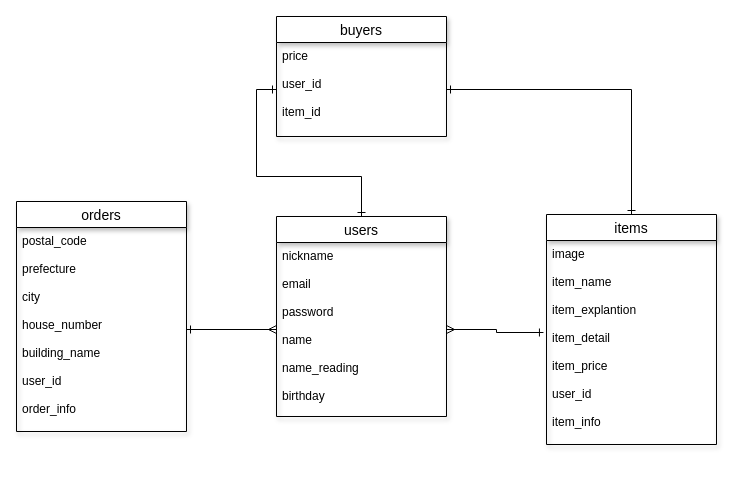
Earlier version of the draw.io diagram er.dio (takuto95/furima-31488). Source tidied: cells renumbered, new cells numbered last; positions are measured from the earlier drawing's top-left corner, leaving out a move shared by most shapes. Both pictures are drawn from the tidied source at 100%, with x=0, y=0 at pixel (16, 16).
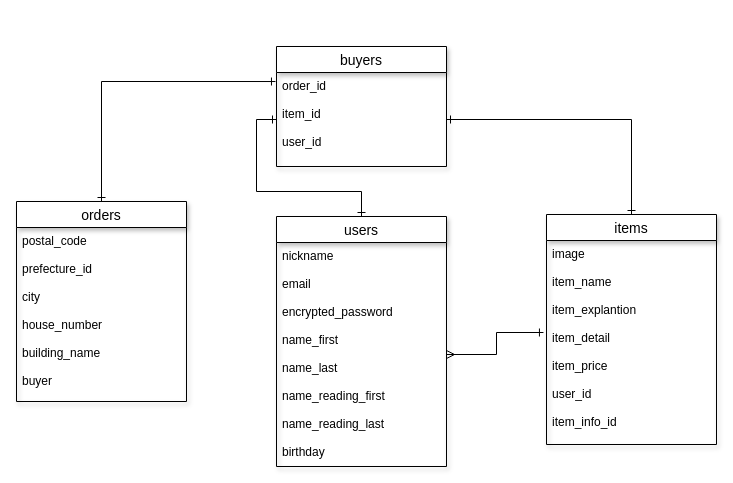
The same diagram, later.

Commit message (it also covers changes not shown here):
レビュー修正#1

The edit, as a diff of the source:
```diff
@@
 <mxGraphModel>
   <root>
     <mxCell id="0" />
     <mxCell id="1" parent="0" />
     <mxCell id="2" value="users" style="swimlane;fontStyle=0;horizontal=1;startSize=26;align=center;fontSize=14;shadow=1;direction=east;" parent="1" vertex="1">
-      <mxGeometry x="260" y="200" width="170" height="200" as="geometry" />
+      <mxGeometry x="260" y="200" width="170" height="250" as="geometry" />
     </mxCell>
-    <mxCell id="3" value="nickname&#10;&#10;email&#10;&#10;password&#10;&#10;name&#10;&#10;name_reading&#10;&#10;birthday&#10;" style="text;strokeColor=none;fillColor=none;spacingLeft=4;spacingRight=4;overflow=hidden;points=[[0,0.5],[1,0.5]];portConstraint=eastwest;fontSize=12;" parent="2" vertex="1">
-      <mxGeometry y="26" width="170" height="174" as="geometry" />
+    <mxCell id="3" value="nickname&#10;&#10;email&#10;&#10;encrypted_password&#10;&#10;name_first&#10;&#10;name_last&#10;&#10;name_reading_first&#10;&#10;name_reading_last&#10;&#10;birthday&#10;" style="text;strokeColor=none;fillColor=none;spacingLeft=4;spacingRight=4;overflow=hidden;points=[[0,0.5],[1,0.5]];portConstraint=eastwest;fontSize=12;" parent="2" vertex="1">
+      <mxGeometry y="26" width="170" height="224" as="geometry" />
     </mxCell>
     <mxCell id="4" style="edgeStyle=orthogonalEdgeStyle;rounded=0;jettySize=auto;html=1;exitX=0.5;exitY=0;exitDx=0;exitDy=0;entryX=1;entryY=0.5;entryDx=0;entryDy=0;endArrow=ERone;endFill=0;startArrow=ERone;startFill=0;" parent="1" edge="1" source="5" target="10">
       <mxGeometry relative="1" as="geometry" />
     </mxCell>
     <mxCell id="5" value="items" style="swimlane;fontStyle=0;horizontal=1;startSize=26;align=center;fontSize=14;shadow=1;direction=east;" parent="1" vertex="1">
       <mxGeometry x="530" y="198" width="170" height="230" as="geometry" />
     </mxCell>
-    <mxCell id="6" value="image&#10;&#10;item_name&#10;&#10;item_explantion&#10;&#10;item_detail&#10;&#10;item_price&#10;&#10;user_id&#10;&#10;item_info" style="text;strokeColor=none;fillColor=none;spacingLeft=4;spacingRight=4;overflow=hidden;points=[[0,0.5],[1,0.5]];portConstraint=eastwest;fontSize=12;" parent="5" vertex="1">
+    <mxCell id="6" value="image&#10;&#10;item_name&#10;&#10;item_explantion&#10;&#10;item_detail&#10;&#10;item_price&#10;&#10;user_id&#10;&#10;item_info_id" style="text;strokeColor=none;fillColor=none;spacingLeft=4;spacingRight=4;overflow=hidden;points=[[0,0.5],[1,0.5]];portConstraint=eastwest;fontSize=12;" parent="5" vertex="1">
       <mxGeometry y="26" width="170" height="204" as="geometry" />
     </mxCell>
+    <mxCell id="14" style="edgeStyle=orthogonalEdgeStyle;rounded=0;jettySize=auto;html=1;exitX=0.5;exitY=0;exitDx=0;exitDy=0;entryX=-0.006;entryY=0.096;entryDx=0;entryDy=0;entryPerimeter=0;startArrow=ERone;startFill=0;endArrow=ERone;endFill=0;" parent="1" edge="1" source="7" target="10">
+      <mxGeometry relative="1" as="geometry" />
+    </mxCell>
     <mxCell id="7" value="orders" style="swimlane;fontStyle=0;horizontal=1;startSize=26;align=center;fontSize=14;shadow=1;direction=east;" parent="1" vertex="1">
-      <mxGeometry y="185" width="170" height="230" as="geometry" />
+      <mxGeometry y="185" width="170" height="200" as="geometry" />
     </mxCell>
-    <mxCell id="8" value="postal_code&#10;&#10;prefecture&#10;&#10;city&#10;&#10;house_number&#10;&#10;building_name&#10;&#10;user_id&#10;&#10;order_info" style="text;strokeColor=none;fillColor=none;spacingLeft=4;spacingRight=4;overflow=hidden;points=[[0,0.5],[1,0.5]];portConstraint=eastwest;fontSize=12;" parent="7" vertex="1">
-      <mxGeometry y="26" width="170" height="204" as="geometry" />
+    <mxCell id="8" value="postal_code&#10;&#10;prefecture_id&#10;&#10;city&#10;&#10;house_number&#10;&#10;building_name&#10;&#10;buyer" style="text;strokeColor=none;fillColor=none;spacingLeft=4;spacingRight=4;overflow=hidden;points=[[0,0.5],[1,0.5]];portConstraint=eastwest;fontSize=12;" parent="7" vertex="1">
+      <mxGeometry y="26" width="170" height="174" as="geometry" />
     </mxCell>
     <mxCell id="9" value="buyers" style="swimlane;fontStyle=0;horizontal=1;startSize=26;align=center;fontSize=14;shadow=1;direction=east;" parent="1" vertex="1">
-      <mxGeometry x="260" width="170" height="120" as="geometry" />
+      <mxGeometry x="260" y="30" width="170" height="120" as="geometry" />
     </mxCell>
-    <mxCell id="10" value="price&#10;&#10;user_id&#10;&#10;item_id" style="text;strokeColor=none;fillColor=none;spacingLeft=4;spacingRight=4;overflow=hidden;points=[[0,0.5],[1,0.5]];portConstraint=eastwest;fontSize=12;" parent="9" vertex="1">
+    <mxCell id="10" value="order_id&#10;&#10;item_id&#10;&#10;user_id" style="text;strokeColor=none;fillColor=none;spacingLeft=4;spacingRight=4;overflow=hidden;points=[[0,0.5],[1,0.5]];portConstraint=eastwest;fontSize=12;" parent="9" vertex="1">
       <mxGeometry y="26" width="170" height="94" as="geometry" />
     </mxCell>
-    <mxCell id="11" style="edgeStyle=orthogonalEdgeStyle;rounded=0;jettySize=auto;html=1;exitX=1;exitY=0.5;exitDx=0;exitDy=0;entryX=0;entryY=0.5;entryDx=0;entryDy=0;startArrow=ERone;startFill=0;endArrow=ERmany;endFill=0;" parent="1" edge="1" source="8" target="3">
-      <mxGeometry relative="1" as="geometry" />
-    </mxCell>
     <mxCell id="12" style="edgeStyle=orthogonalEdgeStyle;rounded=0;jettySize=auto;html=1;exitX=1;exitY=0.5;exitDx=0;exitDy=0;entryX=-0.018;entryY=0.451;entryDx=0;entryDy=0;entryPerimeter=0;startArrow=ERmany;startFill=0;endArrow=ERone;endFill=0;" parent="1" edge="1" source="3" target="6">
       <mxGeometry relative="1" as="geometry" />
     </mxCell>
     <mxCell id="13" style="edgeStyle=orthogonalEdgeStyle;rounded=0;jettySize=auto;html=1;exitX=0;exitY=0.5;exitDx=0;exitDy=0;entryX=0.5;entryY=0;entryDx=0;entryDy=0;startArrow=ERone;startFill=0;endArrow=ERone;endFill=0;" parent="1" edge="1" source="10" target="2">
       <mxGeometry relative="1" as="geometry" />
     </mxCell>
   </root>
 </mxGraphModel>
```
